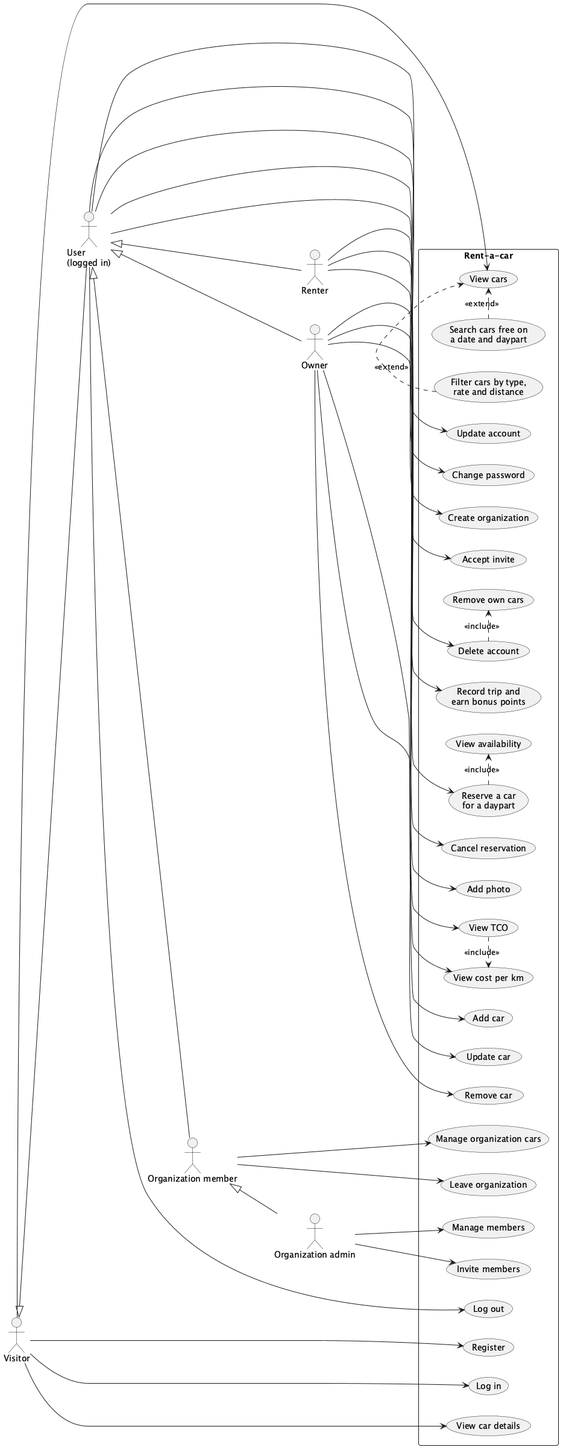
Above: docs/diagrams/use-cases.png in Rent-a-car-38291/rent-a-car (PlantUML), before the change.
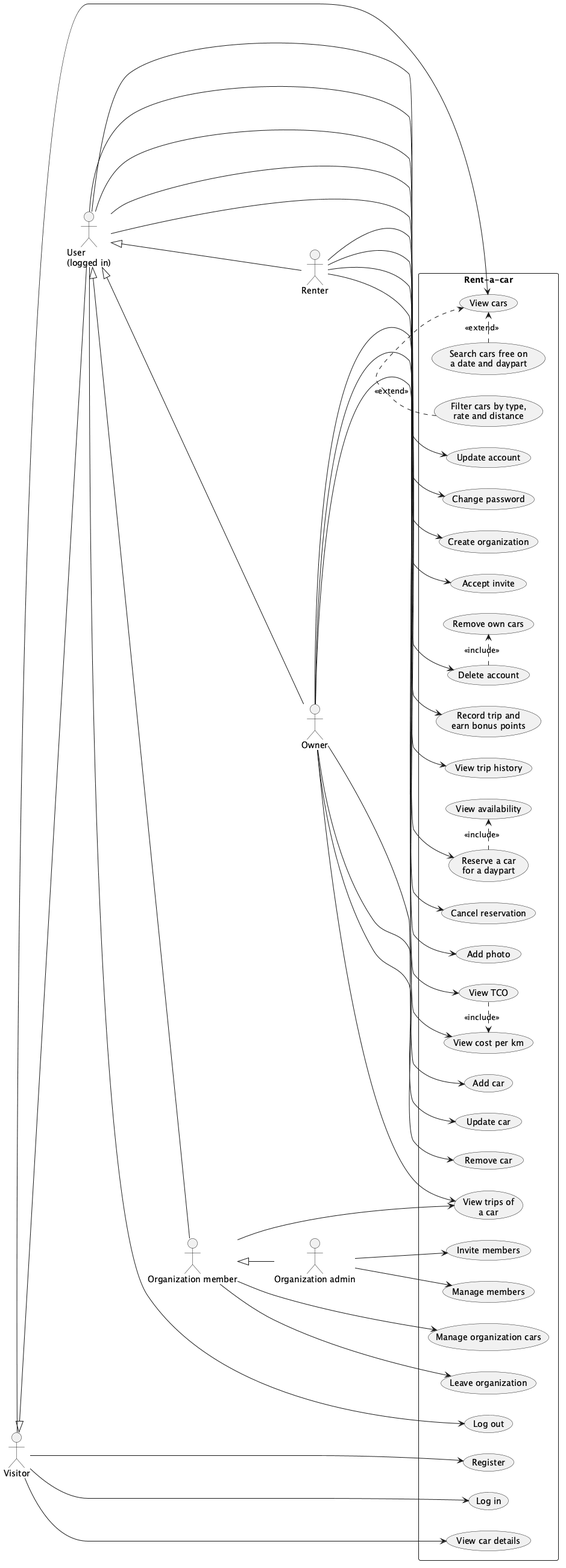
The same file after the commit.

Commit message:
feat: trip history for renters and car managers (#107)

Change to the diagram source:
```diff
@@ -33,6 +33,8 @@
   usecase "View availability" as UC_Availability
   usecase "Cancel reservation" as UC_Cancel
   usecase "Record trip and\nearn bonus points" as UC_Trip
+  usecase "View trip history" as UC_TripHistory
+  usecase "View trips of\na car" as UC_CarTrips
 
   usecase "Add car" as UC_AddCar
   usecase "Update car" as UC_UpdateCar
@@ -66,6 +68,7 @@
 Renter --> UC_Reserve
 Renter --> UC_Cancel
 Renter --> UC_Trip
+Renter --> UC_TripHistory
 UC_Reserve .> UC_Availability : <<include>>
 
 Owner --> UC_AddCar
@@ -74,9 +77,11 @@
 Owner --> UC_Photo
 Owner --> UC_CostPerKm
 Owner --> UC_Tco
+Owner --> UC_CarTrips
 UC_Tco .> UC_CostPerKm : <<include>>
 
 Member --> UC_OrgCars
+Member --> UC_CarTrips
 Member --> UC_Leave
 Admin --> UC_Invite
 Admin --> UC_Members
```
